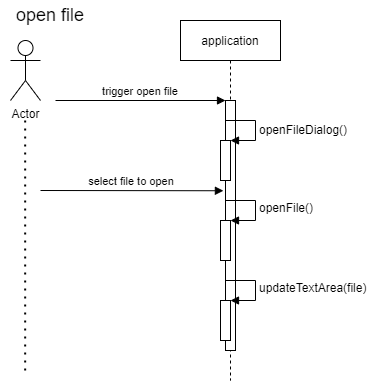
Before: Laboration1/UML/analys/openFileAnalys.drawio.png, a diagram exported from draw.io (Johanced/2021-isgc08-Cederhag). Source tidied: cells renumbered, new cells last; positions are measured from the earlier drawing's top-left corner, leaving out a move shared by most shapes.
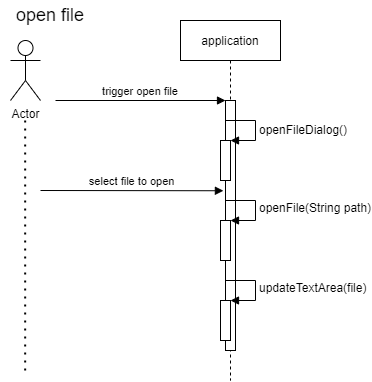
After the change.

Change to the diagram source:
```diff
@@ -22,7 +22,7 @@
     <mxCell id="6" style="html=1;points=[];perimeter=orthogonalPerimeter;fontSize=12;" parent="2" vertex="1">
       <mxGeometry x="40" y="200" width="10" height="40" as="geometry" />
     </mxCell>
-    <mxCell id="7" value="openFile()" style="edgeStyle=orthogonalEdgeStyle;html=1;align=left;spacingLeft=2;endArrow=block;rounded=0;entryX=1;entryY=0;fontSize=12;" parent="2" edge="1" target="6">
+    <mxCell id="7" value="openFile(String path)" style="edgeStyle=orthogonalEdgeStyle;html=1;align=left;spacingLeft=2;endArrow=block;rounded=0;entryX=1;entryY=0;fontSize=12;" parent="2" edge="1" target="6">
       <mxGeometry relative="1" as="geometry">
         <mxPoint x="45" y="180" as="sourcePoint" />
         <Array as="points">
```
